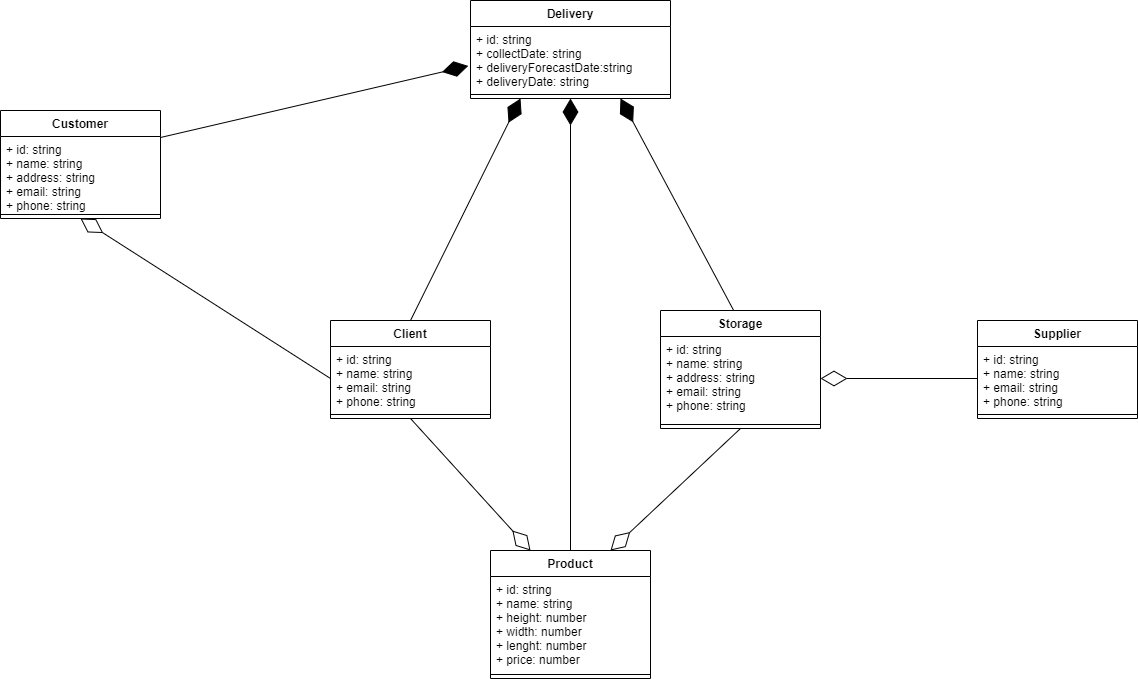
Before: project/diagrams/class-diagrams/class-persistence/png/class-persistence.png, a diagram exported from draw.io (bitols/logistics-services-management). Source tidied: cells renumbered, new cells last; positions are measured from the earlier drawing's top-left corner, leaving out a move shared by most shapes.
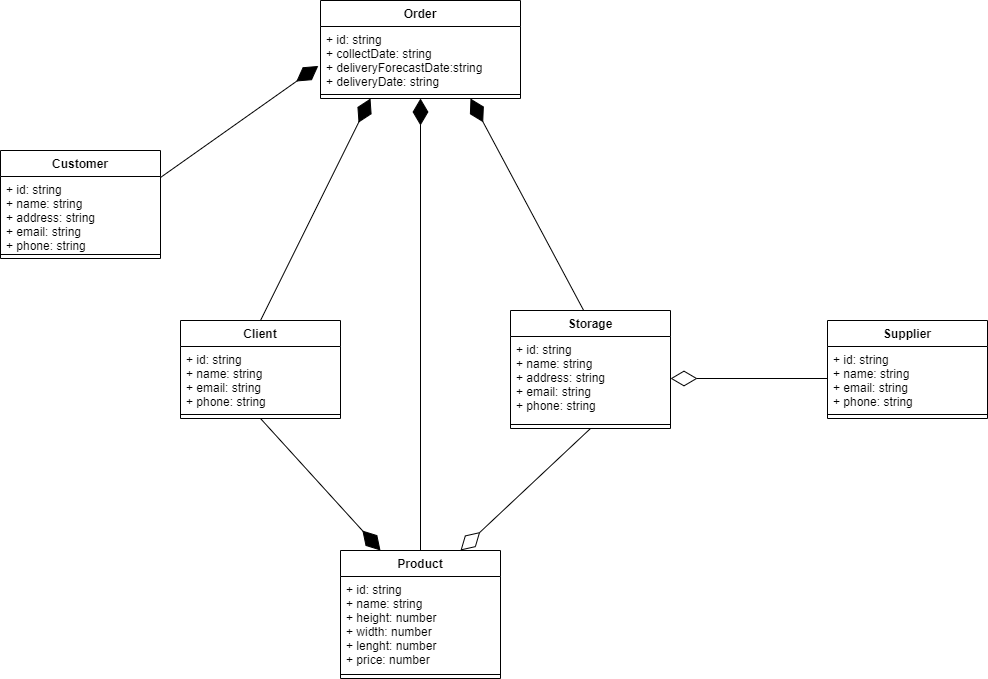
The same file after the commit.

Commit message:
ajustes no diagrama de persistencia

Diff of the diagram source:
```diff
@@ -2,7 +2,7 @@
   <root>
     <mxCell id="0" />
     <mxCell id="1" parent="0" />
-    <mxCell id="2" value="Delivery" style="swimlane;fontStyle=1;align=center;verticalAlign=top;horizontal=1;startSize=26;" parent="1" vertex="1">
+    <mxCell id="2" value="Order" style="swimlane;fontStyle=1;align=center;verticalAlign=top;horizontal=1;startSize=26;" parent="1" vertex="1">
       <mxGeometry x="470" width="200" height="98" as="geometry" />
     </mxCell>
     <mxCell id="3" value="+ id: string&#10;+ collectDate: string&#10;+ deliveryForecastDate:string&#10;+ deliveryDate: string&#10;" style="text;strokeColor=none;fillColor=none;align=left;verticalAlign=top;spacingLeft=4;spacingRight=4;overflow=hidden;points=[[0,0.5],[1,0.5]];portConstraint=eastwest;" parent="2" vertex="1">
@@ -21,7 +21,7 @@
       <mxGeometry y="90" width="160" height="8" as="geometry" />
     </mxCell>
     <mxCell id="8" value="Customer" style="swimlane;fontStyle=1;align=center;verticalAlign=top;horizontal=1;startSize=26;" parent="1" vertex="1">
-      <mxGeometry y="110" width="160" height="108" as="geometry" />
+      <mxGeometry x="150" y="150" width="160" height="108" as="geometry" />
     </mxCell>
     <mxCell id="9" value="+ id: string&#10;+ name: string&#10;+ address: string&#10;+ email: string&#10;+ phone: string" style="text;strokeColor=none;fillColor=none;align=left;verticalAlign=top;spacingLeft=4;spacingRight=4;overflow=hidden;" parent="8" vertex="1">
       <mxGeometry y="26" width="160" height="74" as="geometry" />
@@ -62,12 +62,6 @@
     <mxCell id="21" style="endArrow=diamondThin;endFill=0;endSize=24;html=1;rounded=0;entryX=0.75;entryY=0;entryDx=0;entryDy=0;exitX=0.5;exitY=1;exitDx=0;exitDy=0;" parent="1" edge="1" source="11" target="17">
       <mxGeometry relative="1" as="geometry" />
     </mxCell>
-    <mxCell id="22" style="endArrow=diamondThin;endFill=0;endSize=24;html=1;rounded=0;entryX=0.25;entryY=0;entryDx=0;entryDy=0;exitX=0.5;exitY=1;exitDx=0;exitDy=0;" parent="1" edge="1" source="5" target="17">
-      <mxGeometry relative="1" as="geometry" />
-    </mxCell>
-    <mxCell id="23" style="endArrow=diamondThin;endFill=0;endSize=24;html=1;rounded=0;exitX=0;exitY=0.5;exitDx=0;exitDy=0;entryX=0.5;entryY=1;entryDx=0;entryDy=0;" parent="1" edge="1" source="6" target="8">
-      <mxGeometry relative="1" as="geometry" />
-    </mxCell>
     <mxCell id="24" style="endArrow=diamondThin;endFill=1;endSize=24;html=1;rounded=0;entryX=0.5;entryY=1;entryDx=0;entryDy=0;exitX=0.5;exitY=0;exitDx=0;exitDy=0;" parent="1" edge="1" source="17" target="2">
       <mxGeometry relative="1" as="geometry" />
     </mxCell>
@@ -80,5 +74,8 @@
     <mxCell id="27" style="endArrow=diamondThin;endFill=1;endSize=24;html=1;rounded=0;entryX=0.75;entryY=1;entryDx=0;entryDy=0;exitX=0.457;exitY=-0.001;exitDx=0;exitDy=0;exitPerimeter=0;" parent="1" edge="1" source="11" target="2">
       <mxGeometry relative="1" as="geometry" />
     </mxCell>
+    <mxCell id="22" style="endArrow=diamondThin;endFill=1;endSize=24;html=1;rounded=0;exitX=0.5;exitY=1;exitDx=0;exitDy=0;entryX=0.25;entryY=0;entryDx=0;entryDy=0;" parent="1" edge="1" source="5" target="17">
+      <mxGeometry relative="1" as="geometry" />
+    </mxCell>
   </root>
 </mxGraphModel>
```
